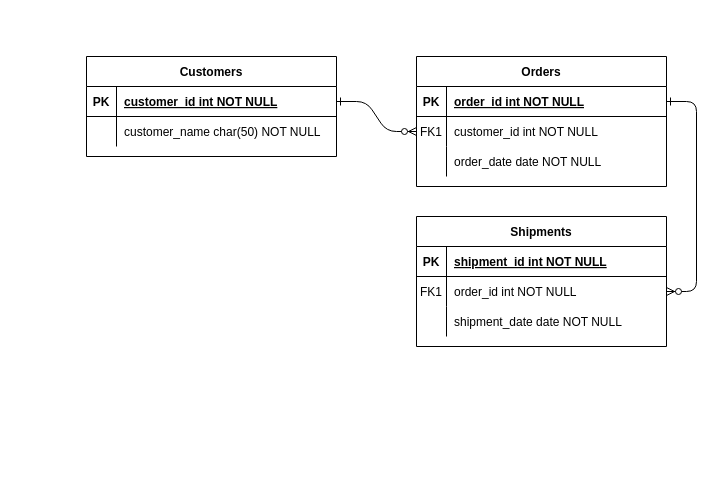
Earlier version of the draw.io diagram Untitled Diagram.drawio (woowacourse/jwp-shopping-cart). Source tidied: cells renumbered, new cells numbered last; positions are measured from the earlier drawing's top-left corner, leaving out a move shared by most shapes. Both pictures are drawn from the tidied source at 100%, with x=0, y=0 at pixel (86, 56).
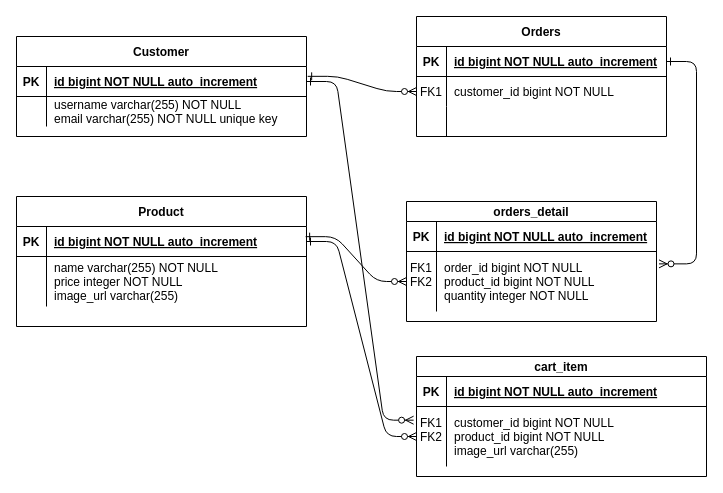
The same diagram, later.

The change refers to these unchanged cells:
```xml
<mxCell id="5" style="shape=partialRectangle;fillColor=none;points=[[0,0.5],[1,0.5]];portConstraint=eastwest;top=0;left=0;right=0;bottom=1;" parent="4" vertex="1">
  <mxGeometry y="30" width="250" height="30" as="geometry" />
</mxCell>
<mxCell id="8" style="shape=partialRectangle;fillColor=none;points=[[0,0.5],[1,0.5]];portConstraint=eastwest;top=0;left=0;right=0;bottom=0;" parent="4" vertex="1">
  <mxGeometry y="60" width="250" height="30" as="geometry" />
</mxCell>
<mxCell id="11" style="shape=partialRectangle;fillColor=none;top=0;left=0;right=0;bottom=0;" parent="4" vertex="1">
  <mxGeometry y="90" width="250" height="30" as="geometry" />
</mxCell>
```

Change to the diagram source:
```diff
@@
-    <mxCell id="2" style="edgeStyle=entityRelationEdgeStyle;endArrow=ERzeroToMany;startArrow=ERone;endFill=1;startFill=0;" parent="1" edge="1" source="25" target="8">
+    <mxCell id="2" style="edgeStyle=entityRelationEdgeStyle;endArrow=ERzeroToMany;startArrow=ERone;endFill=1;startFill=0;exitX=1.004;exitY=0.328;exitDx=0;exitDy=0;exitPerimeter=0;" parent="1" edge="1" source="25" target="8">
       <mxGeometry relative="1" as="geometry" />
     </mxCell>
-    <mxCell id="3" style="edgeStyle=entityRelationEdgeStyle;endArrow=ERzeroToMany;startArrow=ERone;endFill=1;startFill=0;" parent="1" edge="1" source="5" target="18">
+    <mxCell id="3" style="edgeStyle=entityRelationEdgeStyle;endArrow=ERzeroToMany;startArrow=ERone;endFill=1;startFill=0;entryX=1.01;entryY=0.206;entryDx=0;entryDy=0;entryPerimeter=0;" parent="1" edge="1" source="5" target="52">
       <mxGeometry relative="1" as="geometry" />
     </mxCell>
     <mxCell id="4" value="Orders" style="shape=table;startSize=30;childLayout=tableLayout;rowLines=0;fontStyle=1;align=center;" parent="1" vertex="1">
-      <mxGeometry x="330" width="250" height="130" as="geometry" />
+      <mxGeometry x="330" y="-40" width="250" height="120" as="geometry" />
     </mxCell>
@@
-    <mxCell id="7" value="order_id int NOT NULL " style="shape=partialRectangle;overflow=hidden;fillColor=none;top=0;left=0;bottom=0;right=0;align=left;spacingLeft=6;fontStyle=5;" parent="5" vertex="1">
+    <mxCell id="7" value="id bigint NOT NULL auto_increment" style="shape=partialRectangle;overflow=hidden;fillColor=none;top=0;left=0;bottom=0;right=0;align=left;spacingLeft=6;fontStyle=5;" parent="5" vertex="1">
       <mxGeometry x="30" width="220" height="30" as="geometry" />
     </mxCell>
@@
-    <mxCell id="10" value="customer_id int NOT NULL" style="shape=partialRectangle;overflow=hidden;fillColor=none;top=0;left=0;bottom=0;right=0;align=left;spacingLeft=6;" parent="8" vertex="1">
+    <mxCell id="10" value="customer_id bigint NOT NULL" style="shape=partialRectangle;overflow=hidden;fillColor=none;top=0;left=0;bottom=0;right=0;align=left;spacingLeft=6;" parent="8" vertex="1">
       <mxGeometry x="30" width="220" height="30" as="geometry" />
     </mxCell>
@@
-    <mxCell id="13" value="order_date date NOT NULL" style="shape=partialRectangle;overflow=hidden;fillColor=none;top=0;left=0;bottom=0;right=0;align=left;spacingLeft=6;" parent="11" vertex="1">
+    <mxCell id="13" style="shape=partialRectangle;overflow=hidden;fillColor=none;top=0;left=0;bottom=0;right=0;align=left;spacingLeft=6;" parent="11" vertex="1">
       <mxGeometry x="30" width="220" height="30" as="geometry" />
     </mxCell>
-    <mxCell id="14" value="Shipments" style="shape=table;startSize=30;childLayout=tableLayout;rowLines=0;fontStyle=1;align=center;" parent="1" vertex="1">
-      <mxGeometry x="330" y="160" width="250" height="130" as="geometry" />
-    </mxCell>
-    <mxCell id="15" style="shape=partialRectangle;fillColor=none;top=0;left=0;right=0;bottom=1;" parent="14" vertex="1">
-      <mxGeometry y="30" width="250" height="30" as="geometry" />
-    </mxCell>
-    <mxCell id="16" value="PK" style="shape=partialRectangle;overflow=hidden;fillColor=none;top=0;left=0;bottom=0;right=0;fontStyle=1;" parent="15" vertex="1">
-      <mxGeometry width="30" height="30" as="geometry" />
-    </mxCell>
-    <mxCell id="17" value="shipment_id int NOT NULL " style="shape=partialRectangle;overflow=hidden;fillColor=none;top=0;left=0;bottom=0;right=0;align=left;spacingLeft=6;fontStyle=5;" parent="15" vertex="1">
-      <mxGeometry x="30" width="220" height="30" as="geometry" />
-    </mxCell>
-    <mxCell id="18" style="shape=partialRectangle;fillColor=none;points=[[0,0.5],[1,0.5]];portConstraint=eastwest;top=0;left=0;right=0;bottom=0;" parent="14" vertex="1">
-      <mxGeometry y="60" width="250" height="30" as="geometry" />
-    </mxCell>
-    <mxCell id="19" value="FK1" style="shape=partialRectangle;overflow=hidden;fillColor=none;top=0;left=0;bottom=0;right=0;" parent="18" vertex="1">
-      <mxGeometry width="30" height="30" as="geometry" />
-    </mxCell>
-    <mxCell id="20" value="order_id int NOT NULL" style="shape=partialRectangle;overflow=hidden;fillColor=none;top=0;left=0;bottom=0;right=0;align=left;spacingLeft=6;" parent="18" vertex="1">
-      <mxGeometry x="30" width="220" height="30" as="geometry" />
-    </mxCell>
-    <mxCell id="21" style="shape=partialRectangle;fillColor=none;top=0;left=0;right=0;bottom=0;" parent="14" vertex="1">
-      <mxGeometry y="90" width="250" height="30" as="geometry" />
-    </mxCell>
-    <mxCell id="22" style="shape=partialRectangle;overflow=hidden;fillColor=none;top=0;left=0;bottom=0;right=0;" parent="21" vertex="1">
-      <mxGeometry width="30" height="30" as="geometry" />
-    </mxCell>
-    <mxCell id="23" value="shipment_date date NOT NULL" style="shape=partialRectangle;overflow=hidden;fillColor=none;top=0;left=0;bottom=0;right=0;align=left;spacingLeft=6;" parent="21" vertex="1">
-      <mxGeometry x="30" width="220" height="30" as="geometry" />
-    </mxCell>
-    <mxCell id="24" value="Customers" style="shape=table;startSize=30;childLayout=tableLayout;rowLines=0;fontStyle=1;align=center;" parent="1" vertex="1">
-      <mxGeometry width="250" height="100" as="geometry" />
+    <mxCell id="24" value="Customer" style="shape=table;startSize=30;childLayout=tableLayout;rowLines=0;fontStyle=1;align=center;" parent="1" vertex="1">
+      <mxGeometry x="-70" y="-20" width="290" height="100" as="geometry" />
     </mxCell>
     <mxCell id="25" style="shape=partialRectangle;fillColor=none;points=[[0,0.5],[1,0.5]];portConstraint=eastwest;top=0;left=0;right=0;bottom=1;" parent="24" vertex="1">
-      <mxGeometry y="30" width="250" height="30" as="geometry" />
+      <mxGeometry y="30" width="290" height="30" as="geometry" />
     </mxCell>
@@
-    <mxCell id="27" value="customer_id int NOT NULL " style="shape=partialRectangle;overflow=hidden;fillColor=none;top=0;left=0;bottom=0;right=0;align=left;spacingLeft=6;fontStyle=5;" parent="25" vertex="1">
-      <mxGeometry x="30" width="220" height="30" as="geometry" />
+    <mxCell id="27" value="id bigint NOT NULL auto_increment" style="shape=partialRectangle;overflow=hidden;fillColor=none;top=0;left=0;bottom=0;right=0;align=left;spacingLeft=6;fontStyle=5;" parent="25" vertex="1">
+      <mxGeometry x="30" width="260" height="30" as="geometry" />
     </mxCell>
     <mxCell id="28" style="shape=partialRectangle;fillColor=none;top=0;left=0;right=0;bottom=0;" parent="24" vertex="1">
-      <mxGeometry y="60" width="250" height="30" as="geometry" />
+      <mxGeometry y="60" width="290" height="30" as="geometry" />
     </mxCell>
@@
-    <mxCell id="30" value="customer_name char(50) NOT NULL" style="shape=partialRectangle;overflow=hidden;fillColor=none;top=0;left=0;bottom=0;right=0;align=left;spacingLeft=6;" parent="28" vertex="1">
-      <mxGeometry x="30" width="220" height="30" as="geometry" />
+    <mxCell id="30" value="username varchar(255) NOT NULL&#10;email varchar(255) NOT NULL unique key" style="shape=partialRectangle;overflow=hidden;fillColor=none;top=0;left=0;bottom=0;right=0;align=left;spacingLeft=6;" parent="28" vertex="1">
+      <mxGeometry x="30" width="260" height="30" as="geometry" />
     </mxCell>
+    <mxCell id="31" value="Product" style="shape=table;startSize=30;childLayout=tableLayout;rowLines=0;fontStyle=1;align=center;" parent="1" vertex="1">
+      <mxGeometry x="-70" y="140" width="290" height="130" as="geometry" />
+    </mxCell>
+    <mxCell id="32" style="shape=partialRectangle;fillColor=none;points=[[0,0.5],[1,0.5]];portConstraint=eastwest;top=0;left=0;right=0;bottom=1;" parent="31" vertex="1">
+      <mxGeometry y="30" width="290" height="30" as="geometry" />
+    </mxCell>
+    <mxCell id="33" value="PK" style="shape=partialRectangle;overflow=hidden;fillColor=none;top=0;left=0;bottom=0;right=0;fontStyle=1;" parent="32" vertex="1">
+      <mxGeometry width="30" height="30" as="geometry" />
+    </mxCell>
+    <mxCell id="34" value="id bigint NOT NULL auto_increment" style="shape=partialRectangle;overflow=hidden;fillColor=none;top=0;left=0;bottom=0;right=0;align=left;spacingLeft=6;fontStyle=5;" parent="32" vertex="1">
+      <mxGeometry x="30" width="260" height="30" as="geometry" />
+    </mxCell>
+    <mxCell id="35" style="shape=partialRectangle;fillColor=none;top=0;left=0;right=0;bottom=0;" parent="31" vertex="1">
+      <mxGeometry y="60" width="290" height="50" as="geometry" />
+    </mxCell>
+    <mxCell id="36" style="shape=partialRectangle;overflow=hidden;fillColor=none;top=0;left=0;bottom=0;right=0;" parent="35" vertex="1">
+      <mxGeometry width="30" height="50" as="geometry" />
+    </mxCell>
+    <mxCell id="37" value="name varchar(255) NOT NULL&#10;price integer NOT NULL&#10;image_url varchar(255)" style="shape=partialRectangle;overflow=hidden;fillColor=none;top=0;left=0;bottom=0;right=0;align=left;spacingLeft=6;" parent="35" vertex="1">
+      <mxGeometry x="30" width="260" height="50" as="geometry" />
+    </mxCell>
+    <mxCell id="38" value="cart_item" style="shape=table;startSize=20;childLayout=tableLayout;rowLines=0;fontStyle=1;align=center;" parent="1" vertex="1">
+      <mxGeometry x="330" y="300" width="290" height="120" as="geometry" />
+    </mxCell>
+    <mxCell id="39" style="shape=partialRectangle;fillColor=none;top=0;left=0;right=0;bottom=1;" parent="38" vertex="1">
+      <mxGeometry y="20" width="290" height="30" as="geometry" />
+    </mxCell>
+    <mxCell id="40" value="PK" style="shape=partialRectangle;overflow=hidden;fillColor=none;top=0;left=0;bottom=0;right=0;fontStyle=1;" parent="39" vertex="1">
+      <mxGeometry width="30" height="30" as="geometry" />
+    </mxCell>
+    <mxCell id="41" value="id bigint NOT NULL auto_increment" style="shape=partialRectangle;overflow=hidden;fillColor=none;top=0;left=0;bottom=0;right=0;align=left;spacingLeft=6;fontStyle=5;" parent="39" vertex="1">
+      <mxGeometry x="30" width="260" height="30" as="geometry" />
+    </mxCell>
+    <mxCell id="42" style="shape=partialRectangle;fillColor=none;points=[[0,0.5],[1,0.5]];portConstraint=eastwest;top=0;left=0;right=0;bottom=0;" parent="38" vertex="1">
+      <mxGeometry y="50" width="290" height="60" as="geometry" />
+    </mxCell>
+    <mxCell id="43" value="FK1&#10;FK2&#10;" style="shape=partialRectangle;overflow=hidden;fillColor=none;top=0;left=0;bottom=0;right=0;" parent="42" vertex="1">
+      <mxGeometry width="30" height="60" as="geometry" />
+    </mxCell>
+    <mxCell id="44" value="customer_id bigint NOT NULL&#10;product_id bigint NOT NULL&#10;image_url varchar(255)" style="shape=partialRectangle;overflow=hidden;fillColor=none;top=0;left=0;bottom=0;right=0;align=left;spacingLeft=6;" parent="42" vertex="1">
+      <mxGeometry x="30" width="260" height="60" as="geometry" />
+    </mxCell>
+    <mxCell id="45" style="edgeStyle=entityRelationEdgeStyle;endArrow=ERzeroToMany;startArrow=ERone;endFill=1;startFill=0;entryX=0;entryY=0.5;entryDx=0;entryDy=0;exitX=0.997;exitY=0.339;exitDx=0;exitDy=0;exitPerimeter=0;" parent="1" edge="1" source="32" target="52">
+      <mxGeometry relative="1" as="geometry" />
+    </mxCell>
+    <mxCell id="46" style="edgeStyle=entityRelationEdgeStyle;endArrow=ERzeroToMany;startArrow=ERone;endFill=1;startFill=0;exitX=1;exitY=0.5;exitDx=0;exitDy=0;entryX=-0.01;entryY=0.228;entryDx=0;entryDy=0;entryPerimeter=0;" parent="1" edge="1" source="25" target="42">
+      <mxGeometry relative="1" as="geometry" />
+    </mxCell>
+    <mxCell id="47" style="edgeStyle=entityRelationEdgeStyle;endArrow=ERzeroToMany;startArrow=ERone;endFill=1;startFill=0;entryX=0;entryY=0.5;entryDx=0;entryDy=0;exitX=1;exitY=0.5;exitDx=0;exitDy=0;" parent="1" edge="1" source="32" target="42">
+      <mxGeometry relative="1" as="geometry" />
+    </mxCell>
+    <mxCell id="48" value="orders_detail" style="shape=table;startSize=20;childLayout=tableLayout;rowLines=0;fontStyle=1;align=center;" parent="1" vertex="1">
+      <mxGeometry x="320" y="145" width="250" height="120" as="geometry" />
+    </mxCell>
+    <mxCell id="49" style="shape=partialRectangle;fillColor=none;top=0;left=0;right=0;bottom=1;" parent="48" vertex="1">
+      <mxGeometry y="20" width="250" height="30" as="geometry" />
+    </mxCell>
+    <mxCell id="50" value="PK" style="shape=partialRectangle;overflow=hidden;fillColor=none;top=0;left=0;bottom=0;right=0;fontStyle=1;" parent="49" vertex="1">
+      <mxGeometry width="30" height="30" as="geometry" />
+    </mxCell>
+    <mxCell id="51" value="id bigint NOT NULL auto_increment" style="shape=partialRectangle;overflow=hidden;fillColor=none;top=0;left=0;bottom=0;right=0;align=left;spacingLeft=6;fontStyle=5;" parent="49" vertex="1">
+      <mxGeometry x="30" width="220" height="30" as="geometry" />
+    </mxCell>
+    <mxCell id="52" style="shape=partialRectangle;fillColor=none;points=[[0,0.5],[1,0.5]];portConstraint=eastwest;top=0;left=0;right=0;bottom=0;" parent="48" vertex="1">
+      <mxGeometry y="50" width="250" height="60" as="geometry" />
+    </mxCell>
+    <mxCell id="53" value="FK1&#10;FK2&#10;" style="shape=partialRectangle;overflow=hidden;fillColor=none;top=0;left=0;bottom=0;right=0;" parent="52" vertex="1">
+      <mxGeometry width="30" height="60" as="geometry" />
+    </mxCell>
+    <mxCell id="54" value="order_id bigint NOT NULL&#10;product_id bigint NOT NULL&#10;quantity integer NOT NULL" style="shape=partialRectangle;overflow=hidden;fillColor=none;top=0;left=0;bottom=0;right=0;align=left;spacingLeft=6;" parent="52" vertex="1">
+      <mxGeometry x="30" width="220" height="60" as="geometry" />
+    </mxCell>
```
